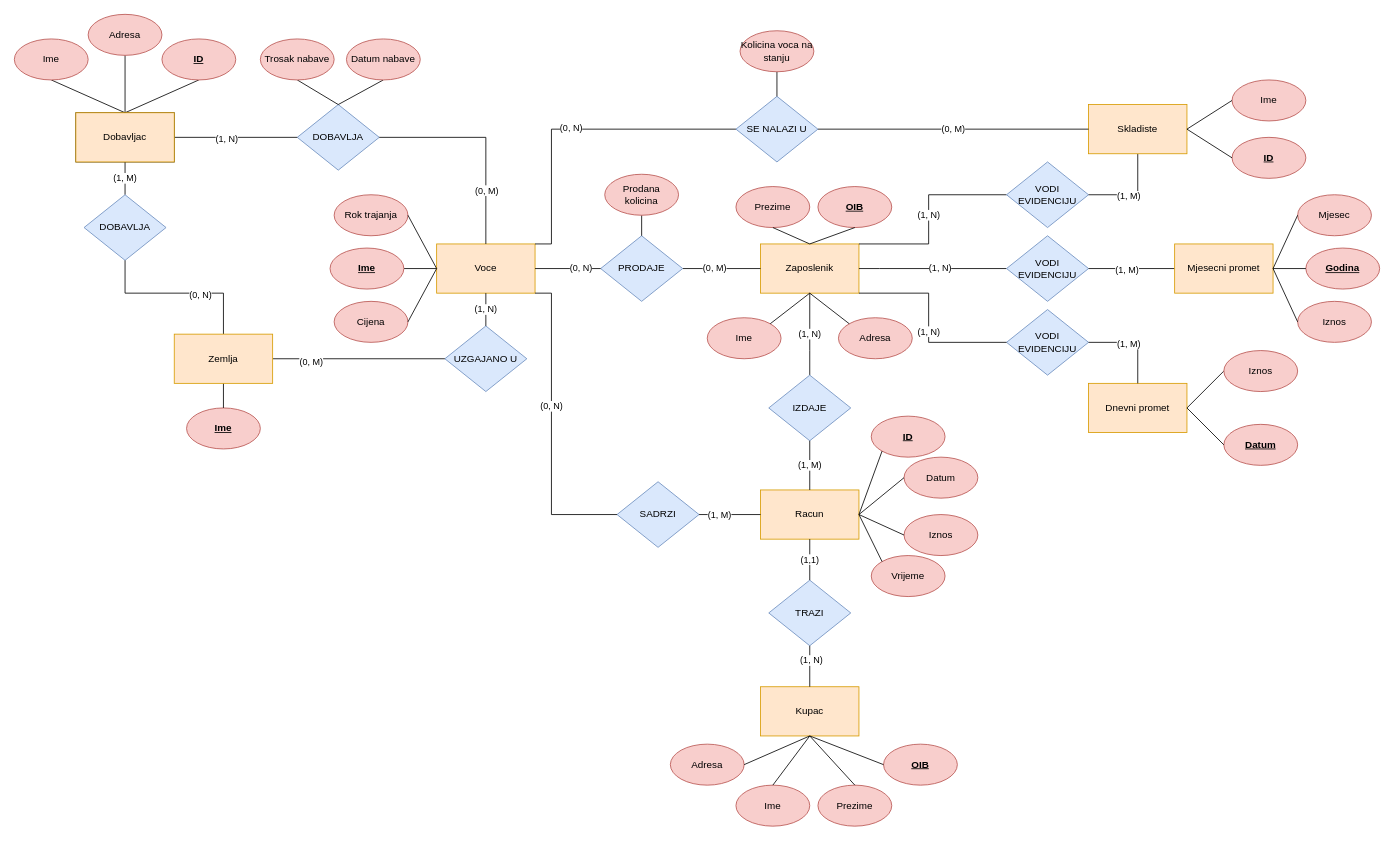
Before: VocarnaPopravljena.drawio in abotica/Baze-podataka, a draw.io diagram. Source tidied: cells renumbered, new cells numbered last; positions are measured from the earlier drawing's top-left corner, leaving out a move shared by most shapes. Both pictures are drawn from the tidied source at 82%, with x=0, y=0 at pixel (14, 14).
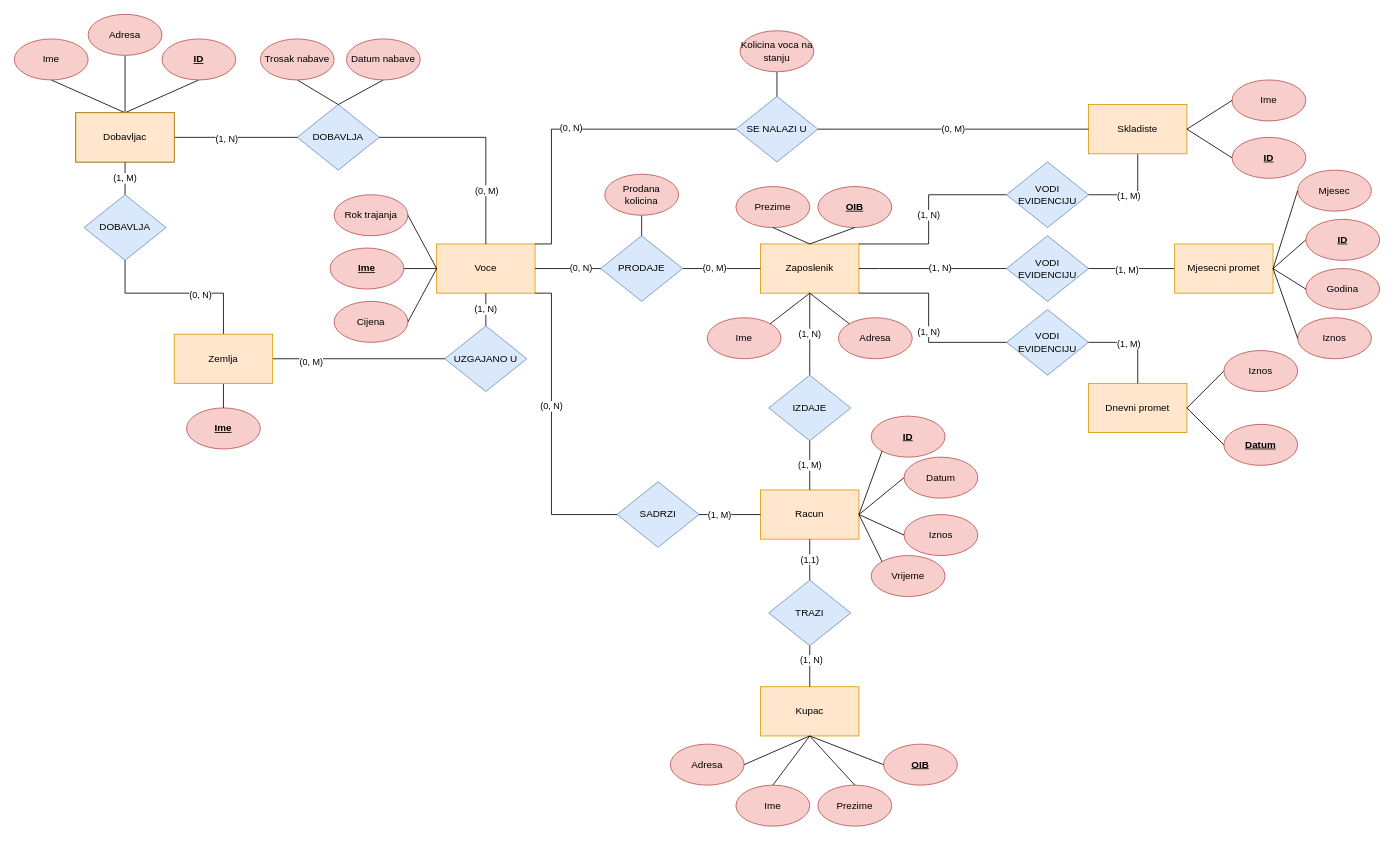
After the change.

What changed in the source:
```diff
@@
     <mxCell id="97" value="Mjesec" style="ellipse;whiteSpace=wrap;html=1;flipV=1;flipH=0;direction=east;fillColor=#f8cecc;strokeColor=#b85450;" parent="1" vertex="1">
-      <mxGeometry x="1565" y="220" width="90" height="50" as="geometry" />
+      <mxGeometry x="1565" y="190" width="90" height="50" as="geometry" />
     </mxCell>
-    <mxCell id="98" value="&lt;u&gt;&lt;b&gt;Godina&lt;/b&gt;&lt;/u&gt;" style="ellipse;whiteSpace=wrap;html=1;flipV=1;flipH=0;direction=east;fillColor=#f8cecc;strokeColor=#b85450;" parent="1" vertex="1">
-      <mxGeometry x="1575" y="285" width="90" height="50" as="geometry" />
+    <mxCell id="98" value="Godina" style="ellipse;whiteSpace=wrap;html=1;flipV=1;flipH=0;direction=east;fillColor=#f8cecc;strokeColor=#b85450;" parent="1" vertex="1">
+      <mxGeometry x="1575" y="310" width="90" height="50" as="geometry" />
     </mxCell>
     <mxCell id="99" value="Iznos" style="ellipse;whiteSpace=wrap;html=1;flipV=1;flipH=0;direction=east;fillColor=#f8cecc;strokeColor=#b85450;" parent="1" vertex="1">
-      <mxGeometry x="1565" y="350" width="90" height="50" as="geometry" />
+      <mxGeometry x="1565" y="370" width="90" height="50" as="geometry" />
     </mxCell>
@@
+    <mxCell id="118" style="endArrow=none;html=1;rounded=0;entryX=0;entryY=0.5;entryDx=0;entryDy=0;" parent="1" edge="1" target="119">
+      <mxGeometry relative="1" as="geometry">
+        <mxPoint x="1535" y="310" as="sourcePoint" />
+      </mxGeometry>
+    </mxCell>
+    <mxCell id="119" value="&lt;u&gt;&lt;b&gt;ID&lt;/b&gt;&lt;/u&gt;" style="ellipse;whiteSpace=wrap;html=1;flipV=1;flipH=0;direction=east;fillColor=#f8cecc;strokeColor=#b85450;" parent="1" vertex="1">
+      <mxGeometry x="1575" y="250" width="90" height="50" as="geometry" />
+    </mxCell>
```
